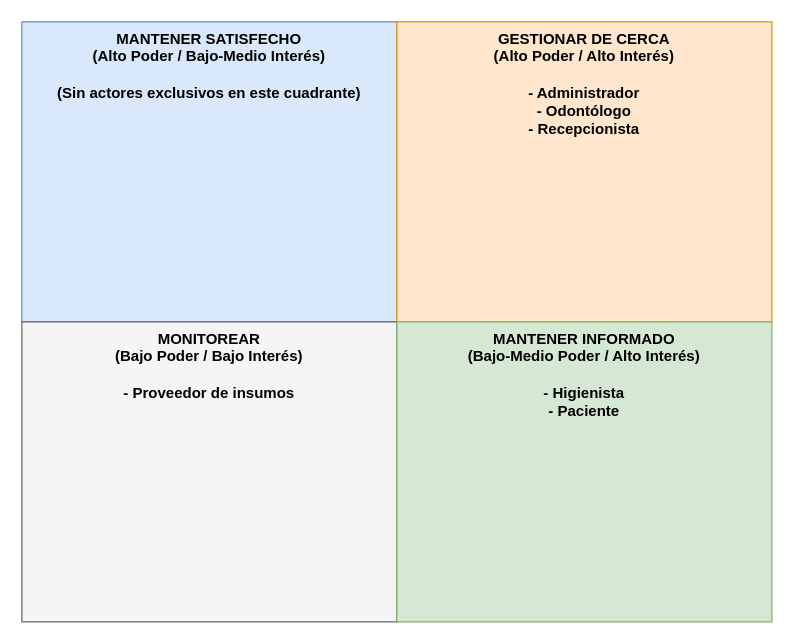
This is PFC/E1/modelos/matriz_poder_interes.drawio from kcontrerasc3-cloud/DentiTech, a draw.io file, before an edit. Source tidied: cells renumbered, new cells numbered last; positions are measured from the earlier drawing's top-left corner, leaving out a move shared by most shapes. Both pictures are drawn from the tidied source at 125%, with x=0, y=0 at pixel (21, 21).
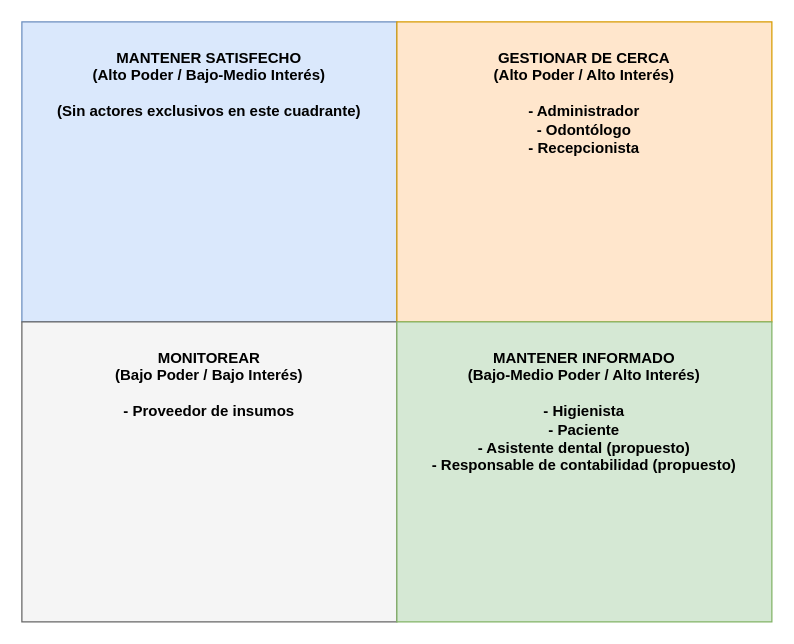
Above is the later version.

Commit message:
fix(E1): actualizar matriz poder-interes a ocho actores

Updated the diagram structure and added new elements.

The edit, as a diff of the source:
```diff
@@
 <mxGraphModel>
   <root>
     <mxCell id="0" />
     <mxCell id="1" parent="0" />
-    <mxCell id="2" value="MANTENER SATISFECHO&#10;(Alto Poder / Bajo-Medio Interés)&#10;&#10;(Sin actores exclusivos en este cuadrante)" style="rounded=0;whiteSpace=wrap;html=1;fillColor=#dae8fc;strokeColor=#6c8ebf;verticalAlign=top;fontStyle=1;fontSize=12;" parent="1" vertex="1">
+    <mxCell id="2" value="MANTENER SATISFECHO&#10;(Alto Poder / Bajo-Medio Interés)&#10;&#10;(Sin actores exclusivos en este cuadrante)" style="rounded=0;whiteSpace=wrap;html=1;fillColor=#dae8fc;strokeColor=#6c8ebf;verticalAlign=top;fontStyle=1;fontSize=12;spacingTop=15;" parent="1" vertex="1">
       <mxGeometry width="300" height="240" as="geometry" />
     </mxCell>
-    <mxCell id="3" value="GESTIONAR DE CERCA&#10;(Alto Poder / Alto Interés)&#10;&#10;- Administrador&#10;- Odontólogo&#10;- Recepcionista" style="rounded=0;whiteSpace=wrap;html=1;fillColor=#ffe6cc;strokeColor=#d79b00;verticalAlign=top;fontStyle=1;fontSize=12;" parent="1" vertex="1">
+    <mxCell id="3" value="GESTIONAR DE CERCA&#10;(Alto Poder / Alto Interés)&#10;&#10;- Administrador&#10;- Odontólogo&#10;- Recepcionista" style="rounded=0;whiteSpace=wrap;html=1;fillColor=#ffe6cc;strokeColor=#d79b00;verticalAlign=top;fontStyle=1;fontSize=12;spacingTop=15;" parent="1" vertex="1">
       <mxGeometry x="300" width="300" height="240" as="geometry" />
     </mxCell>
-    <mxCell id="4" value="MONITOREAR&#10;(Bajo Poder / Bajo Interés)&#10;&#10;- Proveedor de insumos" style="rounded=0;whiteSpace=wrap;html=1;fillColor=#f5f5f5;strokeColor=#666666;verticalAlign=top;fontStyle=1;fontSize=12;" parent="1" vertex="1">
+    <mxCell id="4" value="MONITOREAR&#10;(Bajo Poder / Bajo Interés)&#10;&#10;- Proveedor de insumos" style="rounded=0;whiteSpace=wrap;html=1;fillColor=#f5f5f5;strokeColor=#666666;verticalAlign=top;fontStyle=1;fontSize=12;spacingTop=15;" parent="1" vertex="1">
       <mxGeometry y="240" width="300" height="240" as="geometry" />
     </mxCell>
-    <mxCell id="5" value="MANTENER INFORMADO&#10;(Bajo-Medio Poder / Alto Interés)&#10;&#10;- Higienista&#10;- Paciente" style="rounded=0;whiteSpace=wrap;html=1;fillColor=#d5e8d4;strokeColor=#82b366;verticalAlign=top;fontStyle=1;fontSize=12;" parent="1" vertex="1">
+    <mxCell id="5" value="MANTENER INFORMADO&#10;(Bajo-Medio Poder / Alto Interés)&#10;&#10;- Higienista&#10;- Paciente&#10;- Asistente dental (propuesto)&#10;- Responsable de contabilidad (propuesto)" style="rounded=0;whiteSpace=wrap;html=1;fillColor=#d5e8d4;strokeColor=#82b366;verticalAlign=top;fontStyle=1;fontSize=12;spacingTop=15;" parent="1" vertex="1">
       <mxGeometry x="300" y="240" width="300" height="240" as="geometry" />
     </mxCell>
   </root>
 </mxGraphModel>
```
